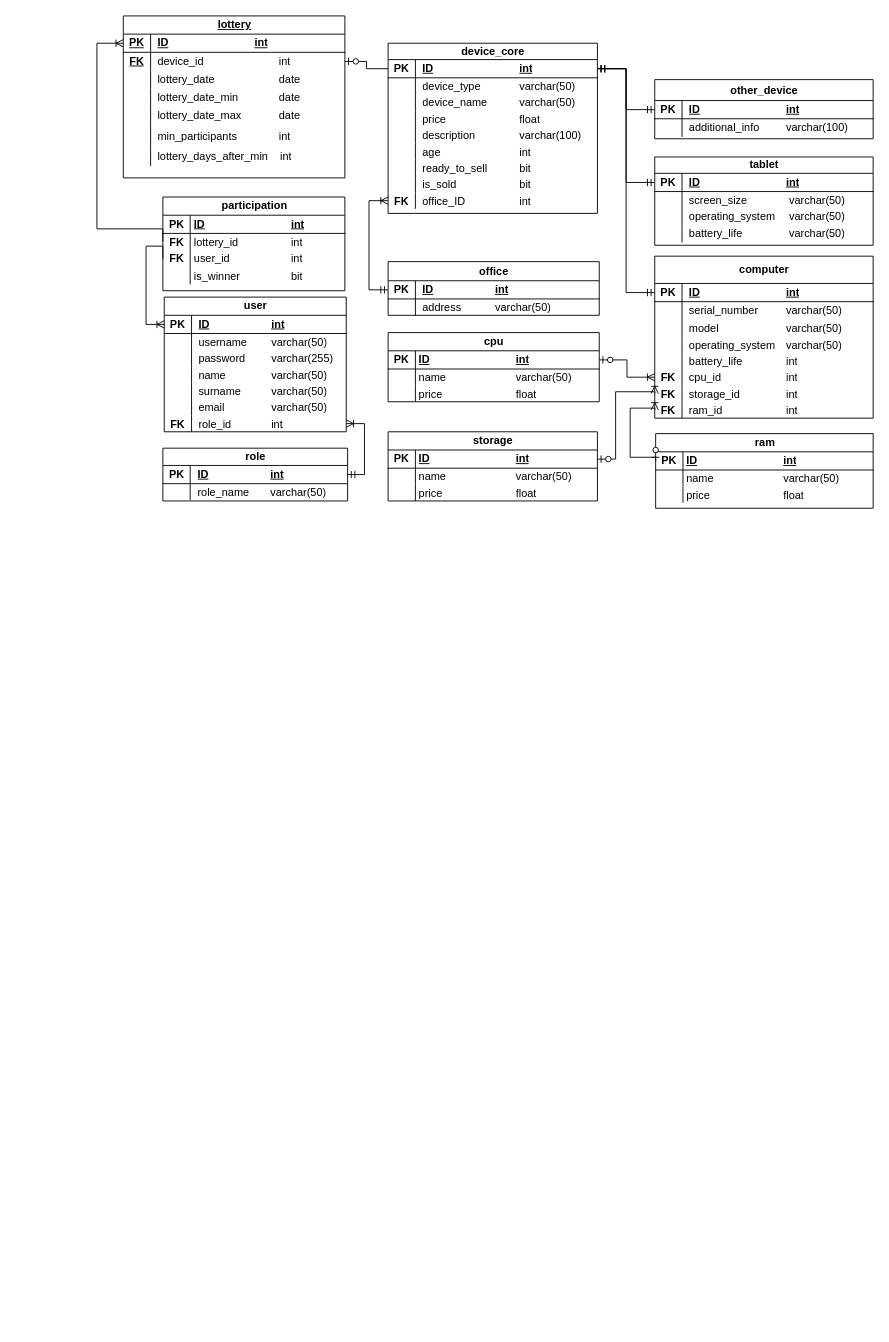
The draw.io diagram Diagrams/ER_Diagramv2.drawio in Maurycjo/Praca-dyplomowa, before the edit. Source tidied: cells renumbered, new cells numbered last; positions are measured from the earlier drawing's top-left corner, leaving out a move shared by most shapes. Both pictures are drawn from the tidied source at 91%, with x=0, y=0 at pixel (15, 15).
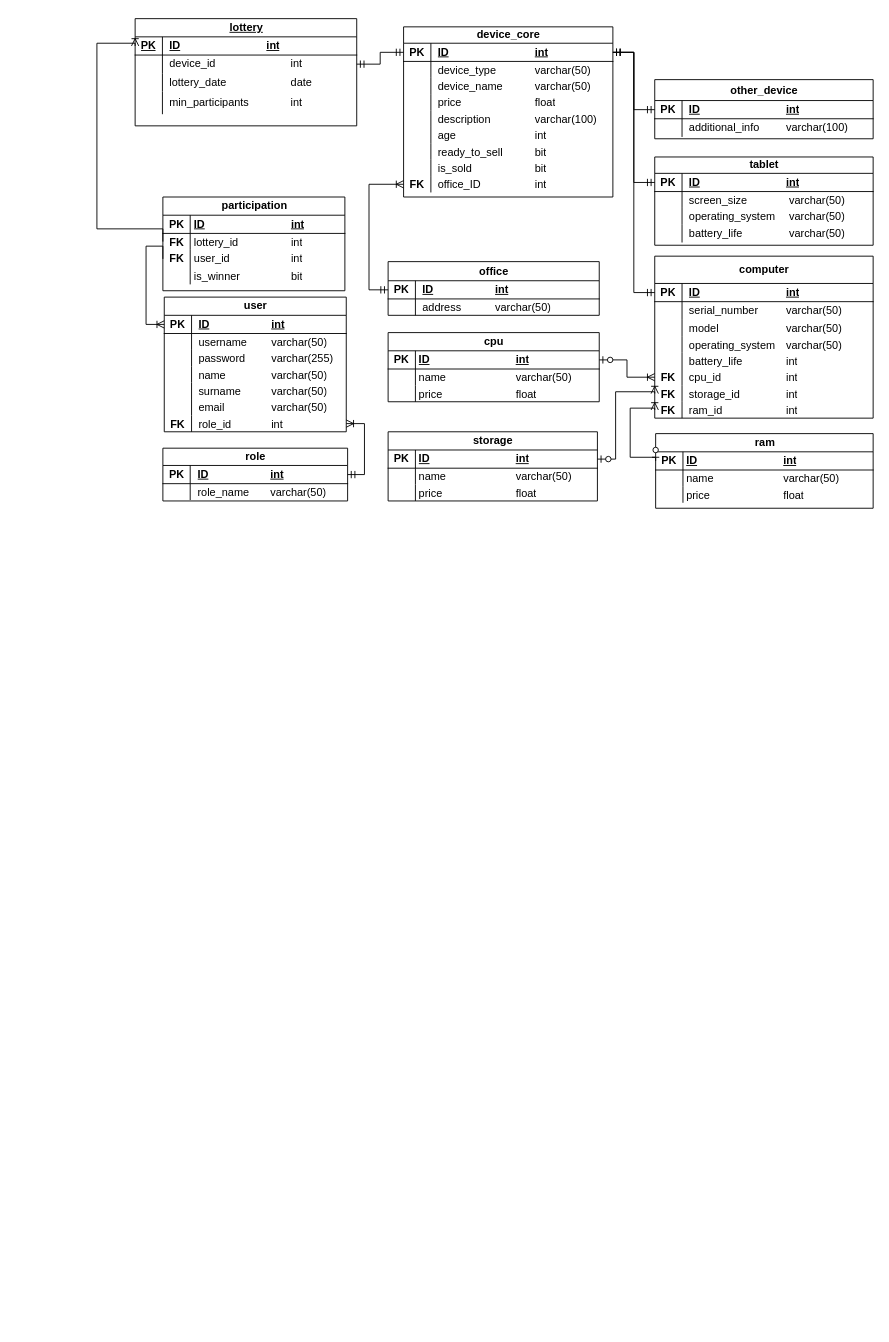
The same page after the edit.

Unchanged cells that the change refers to:
```xml
<mxCell id="3" style="shape=tableRow;horizontal=0;startSize=0;swimlaneHead=0;swimlaneBody=0;fillColor=none;points=[[0,0.5],[1,0.5]];portConstraint=eastwest;top=0;left=0;right=0;bottom=1;" parent="2" vertex="1">
  <mxGeometry y="18" width="230" height="20" as="geometry" />
</mxCell>
<mxCell id="27" style="shape=tableRow;horizontal=0;startSize=0;swimlaneHead=0;swimlaneBody=0;fillColor=none;points=[[0,0.5],[1,0.5]];portConstraint=eastwest;top=0;left=0;right=0;bottom=0;" parent="2" vertex="1">
  <mxGeometry y="164" width="230" height="18" as="geometry" />
</mxCell>
<mxCell id="59" style="shape=tableRow;horizontal=0;startSize=0;swimlaneHead=0;swimlaneBody=0;fillColor=none;points=[[0,0.5],[1,0.5]];portConstraint=eastwest;top=0;left=0;right=0;bottom=1;" parent="58" vertex="1">
  <mxGeometry y="21" width="232" height="20" as="geometry" />
</mxCell>
<mxCell id="147" style="shape=tableRow;horizontal=0;startSize=0;swimlaneHead=0;swimlaneBody=0;fillColor=none;points=[[0,0.5],[1,0.5]];portConstraint=eastwest;top=0;left=0;right=0;bottom=0;fontStyle=4;" parent="143" vertex="1">
  <mxGeometry y="40" width="243.5" height="20" as="geometry" />
</mxCell>
```

The edit, as a diff of the source:
```diff
@@
     <mxCell id="2" value="device_core" style="shape=table;startSize=18;childLayout=tableLayout;rowLines=0;fontStyle=1;align=center;html=1;" parent="1" vertex="1">
-      <mxGeometry x="409" y="30" width="230" height="187" as="geometry" />
+      <mxGeometry x="426" y="12" width="230" height="187" as="geometry" />
     </mxCell>
@@
     <mxCell id="143" value="lottery" style="shape=table;startSize=20;childLayout=tableLayout;rowLines=0;fontStyle=5;align=center;html=1;" parent="1" vertex="1">
-      <mxGeometry x="118" width="243.5" height="178" as="geometry" />
+      <mxGeometry x="131" y="3" width="243.5" height="117.8" as="geometry" />
     </mxCell>
@@
-    <mxCell id="148" value="&lt;b&gt;FK&lt;/b&gt;" style="shape=partialRectangle;fillColor=none;top=0;left=0;bottom=0;right=0;overflow=hidden;whiteSpace=wrap;html=1;fontStyle=4;" parent="147" vertex="1">
-      <mxGeometry width="30" height="20" as="geometry" />
-    </mxCell>
+    <mxCell id="189" style="shape=partialRectangle;fillColor=none;top=0;left=0;bottom=0;right=0;overflow=hidden;whiteSpace=wrap;html=1;fontStyle=4;" parent="147" vertex="1">
+      <mxGeometry width="30" height="20" as="geometry" />
+    </mxCell>
-    <mxCell id="149" value="device_id&lt;span style=&quot;white-space: pre;&quot;&gt;&#9;&lt;/span&gt;&lt;span style=&quot;white-space: pre;&quot;&gt;&#9;&lt;/span&gt;&lt;span style=&quot;white-space: pre;&quot;&gt;&#9;&lt;span style=&quot;white-space: pre;&quot;&gt;&#9;&lt;/span&gt;&lt;/span&gt;int" style="shape=partialRectangle;fillColor=none;top=0;left=0;bottom=0;right=0;align=left;spacingLeft=6;overflow=hidden;whiteSpace=wrap;html=1;fontStyle=0;" parent="147" vertex="1">
+    <mxCell id="149" value="device_id&lt;span style=&quot;white-space: pre;&quot;&gt;&#9;&lt;/span&gt;&lt;span style=&quot;white-space: pre;&quot;&gt;&#9;&lt;/span&gt;&lt;span style=&quot;white-space: pre;&quot;&gt;&#9;&lt;/span&gt;&lt;span style=&quot;white-space: pre;&quot;&gt;&#9;&lt;/span&gt;int" style="shape=partialRectangle;fillColor=none;top=0;left=0;bottom=0;right=0;align=left;spacingLeft=6;overflow=hidden;whiteSpace=wrap;html=1;fontStyle=0;" parent="147" vertex="1">
       <mxGeometry x="30" width="213.5" height="20" as="geometry" />
     </mxCell>
@@
-    <mxCell id="153" style="shape=tableRow;horizontal=0;startSize=0;swimlaneHead=0;swimlaneBody=0;fillColor=none;top=0;left=0;right=0;bottom=0;fontStyle=4;" parent="143" vertex="1">
-      <mxGeometry y="80" width="243.5" height="20" as="geometry" />
-    </mxCell>
-    <mxCell id="154" style="shape=partialRectangle;fillColor=none;top=0;left=0;bottom=0;right=0;overflow=hidden;whiteSpace=wrap;html=1;fontStyle=4;" parent="153" vertex="1">
-      <mxGeometry width="30" height="20" as="geometry" />
-    </mxCell>
-    <mxCell id="155" value="lottery_date_min&lt;span style=&quot;white-space: pre;&quot;&gt;&#9;&lt;/span&gt;&lt;span style=&quot;white-space: pre;&quot;&gt;&#9;&lt;/span&gt;date" style="shape=partialRectangle;fillColor=none;top=0;left=0;bottom=0;right=0;align=left;spacingLeft=6;overflow=hidden;whiteSpace=wrap;html=1;fontStyle=0;" parent="153" vertex="1">
-      <mxGeometry x="30" width="213.5" height="20" as="geometry" />
-    </mxCell>
-    <mxCell id="156" style="shape=tableRow;horizontal=0;startSize=0;swimlaneHead=0;swimlaneBody=0;fillColor=none;top=0;left=0;right=0;bottom=0;fontStyle=4;" parent="143" vertex="1">
-      <mxGeometry y="100" width="243.5" height="20" as="geometry" />
-    </mxCell>
-    <mxCell id="157" style="shape=partialRectangle;fillColor=none;top=0;left=0;bottom=0;right=0;overflow=hidden;whiteSpace=wrap;html=1;fontStyle=4;" parent="156" vertex="1">
-      <mxGeometry width="30" height="20" as="geometry" />
-    </mxCell>
-    <mxCell id="158" value="lottery_date_max&lt;span style=&quot;white-space: pre;&quot;&gt;&#9;&lt;/span&gt;&lt;span style=&quot;white-space: pre;&quot;&gt;&#9;&lt;/span&gt;date" style="shape=partialRectangle;fillColor=none;top=0;left=0;bottom=0;right=0;align=left;spacingLeft=6;overflow=hidden;whiteSpace=wrap;html=1;fontStyle=0;" parent="156" vertex="1">
-      <mxGeometry x="30" width="213.5" height="20" as="geometry" />
-    </mxCell>
     <mxCell id="159" style="shape=tableRow;horizontal=0;startSize=0;swimlaneHead=0;swimlaneBody=0;fillColor=none;top=0;left=0;right=0;bottom=0;fontStyle=4;" parent="143" vertex="1">
-      <mxGeometry y="120" width="243.5" height="25" as="geometry" />
+      <mxGeometry y="80" width="243.5" height="25" as="geometry" />
     </mxCell>
@@
-    <mxCell id="162" style="shape=tableRow;horizontal=0;startSize=0;swimlaneHead=0;swimlaneBody=0;fillColor=none;top=0;left=0;right=0;bottom=0;fontStyle=4;" parent="143" vertex="1">
-      <mxGeometry y="145" width="243.5" height="20" as="geometry" />
-    </mxCell>
-    <mxCell id="163" style="shape=partialRectangle;fillColor=none;top=0;left=0;bottom=0;right=0;overflow=hidden;whiteSpace=wrap;html=1;fontStyle=4;" parent="162" vertex="1">
-      <mxGeometry width="30" height="20" as="geometry" />
-    </mxCell>
-    <mxCell id="164" value="lottery_days_after_min&amp;nbsp; &amp;nbsp; int" style="shape=partialRectangle;fillColor=none;top=0;left=0;bottom=0;right=0;align=left;spacingLeft=6;overflow=hidden;whiteSpace=wrap;html=1;fontStyle=0;" parent="162" vertex="1">
-      <mxGeometry x="30" width="213.5" height="20" as="geometry" />
-    </mxCell>
@@
     <mxCell id="183" style="fontSize=12;html=1;endArrow=ERoneToMany;startArrow=ERmandOne;rounded=0;exitX=0;exitY=0.5;exitDx=0;exitDy=0;entryX=0;entryY=0.5;entryDx=0;entryDy=0;endFill=0;edgeStyle=orthogonalEdgeStyle;" parent="1" edge="1" source="59" target="27">
       <mxGeometry relative="1" as="geometry">
         <Array as="points">
           <mxPoint x="388" y="301" />
-          <mxPoint x="388" y="203" />
+          <mxPoint x="388" y="185" />
         </Array>
       </mxGeometry>
     </mxCell>
@@
-    <mxCell id="187" style="fontSize=12;html=1;endArrow=ERzeroToOne;endFill=1;rounded=0;exitX=0;exitY=0.5;exitDx=0;exitDy=0;entryX=1;entryY=0.5;entryDx=0;entryDy=0;edgeStyle=orthogonalEdgeStyle;" parent="1" edge="1" source="3" target="147">
-      <mxGeometry relative="1" as="geometry" />
-    </mxCell>
@@
+    <mxCell id="190" style="edgeStyle=orthogonalEdgeStyle;fontSize=12;html=1;endArrow=ERmandOne;startArrow=ERmandOne;rounded=0;exitX=1;exitY=0.5;exitDx=0;exitDy=0;entryX=0;entryY=0.5;entryDx=0;entryDy=0;" parent="1" edge="1" source="147" target="3">
+      <mxGeometry relative="1" as="geometry" />
+    </mxCell>
```
